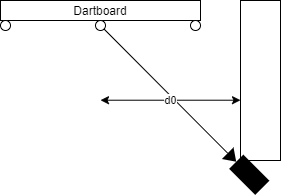
This is documentation/imaging-system/dartboard_setup.png from kparlak/dart-scoring-system, a draw.io export, as it was before one commit. Source tidied: cells renumbered, new cells last; positions are measured from the earlier drawing's top-left corner, leaving out a move shared by most shapes. The source it was exported from:
```xml
<mxGraphModel>
  <root>
    <mxCell id="0" />
    <mxCell id="1" parent="0" />
    <mxCell id="2" value="Dartboard" style="rounded=0;whiteSpace=wrap;html=1;" parent="1" vertex="1">
      <mxGeometry width="200" height="20" as="geometry" />
    </mxCell>
    <mxCell id="3" style="rounded=0;whiteSpace=wrap;html=1;" parent="1" vertex="1">
      <mxGeometry x="240" width="40" height="160" as="geometry" />
    </mxCell>
    <mxCell id="4" style="shape=mxgraph.signs.tech.video_camera;html=1;fillColor=#000000;strokeColor=none;verticalLabelPosition=bottom;verticalAlign=top;align=center;rotation=-135;" parent="1" vertex="1">
      <mxGeometry x="220" y="160" width="49" height="20" as="geometry" />
    </mxCell>
    <mxCell id="5" style="ellipse;whiteSpace=wrap;html=1;" parent="1" vertex="1">
      <mxGeometry x="95" y="20" width="10" height="10" as="geometry" />
    </mxCell>
    <mxCell id="6" style="endArrow=none;html=1;strokeColor=#000000;entryX=1;entryY=1;entryDx=0;entryDy=0;exitX=1;exitY=0.5;exitDx=0;exitDy=0;exitPerimeter=0;" parent="1" edge="1" source="4" target="5">
      <mxGeometry relative="1" as="geometry" />
    </mxCell>
    <mxCell id="7" style="ellipse;whiteSpace=wrap;html=1;" parent="1" vertex="1">
      <mxGeometry x="190" y="20" width="10" height="10" as="geometry" />
    </mxCell>
    <mxCell id="8" style="ellipse;whiteSpace=wrap;html=1;" parent="1" vertex="1">
      <mxGeometry y="20" width="10" height="10" as="geometry" />
    </mxCell>
    <mxCell id="9" value="d0" style="endArrow=classic;startArrow=classic;html=1;strokeColor=#000000;entryX=0;entryY=0.5;entryDx=0;entryDy=0;exitX=0.5;exitY=0;exitDx=0;exitDy=0;" parent="1" edge="1">
      <mxGeometry relative="1" as="geometry">
        <mxPoint x="100" y="99.7" as="sourcePoint" />
        <mxPoint x="240" y="99.7" as="targetPoint" />
      </mxGeometry>
    </mxCell>
  </root>
</mxGraphModel>
```
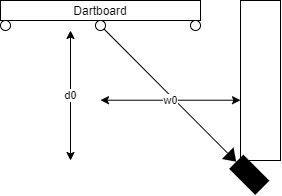
Later version of the same file.

Diff of the diagram source:
```diff
@@ -23,11 +23,17 @@
     <mxCell id="8" style="ellipse;whiteSpace=wrap;html=1;" parent="1" vertex="1">
       <mxGeometry y="20" width="10" height="10" as="geometry" />
     </mxCell>
-    <mxCell id="9" value="d0" style="endArrow=classic;startArrow=classic;html=1;strokeColor=#000000;entryX=0;entryY=0.5;entryDx=0;entryDy=0;exitX=0.5;exitY=0;exitDx=0;exitDy=0;" parent="1" edge="1">
+    <mxCell id="9" value="w0" style="endArrow=classic;startArrow=classic;html=1;strokeColor=#000000;entryX=0;entryY=0.5;entryDx=0;entryDy=0;exitX=0.5;exitY=0;exitDx=0;exitDy=0;" parent="1" edge="1">
       <mxGeometry relative="1" as="geometry">
         <mxPoint x="100" y="99.7" as="sourcePoint" />
         <mxPoint x="240" y="99.7" as="targetPoint" />
       </mxGeometry>
     </mxCell>
+    <mxCell id="10" value="d0" style="endArrow=classic;startArrow=classic;html=1;strokeColor=#000000;" parent="1" edge="1">
+      <mxGeometry relative="1" as="geometry">
+        <mxPoint x="70" y="30" as="sourcePoint" />
+        <mxPoint x="70" y="160" as="targetPoint" />
+      </mxGeometry>
+    </mxCell>
   </root>
 </mxGraphModel>
```
